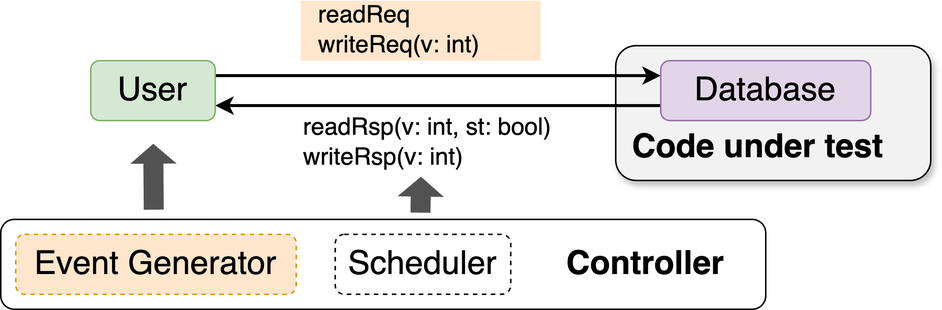
Above: figures/Controller-Database.drawio.png in zhezhouzz/PLDI25-HAT-Planing (draw.io), before the change. Source tidied: cells renumbered, new cells last; positions are measured from the earlier drawing's top-left corner, leaving out a move shared by most shapes.
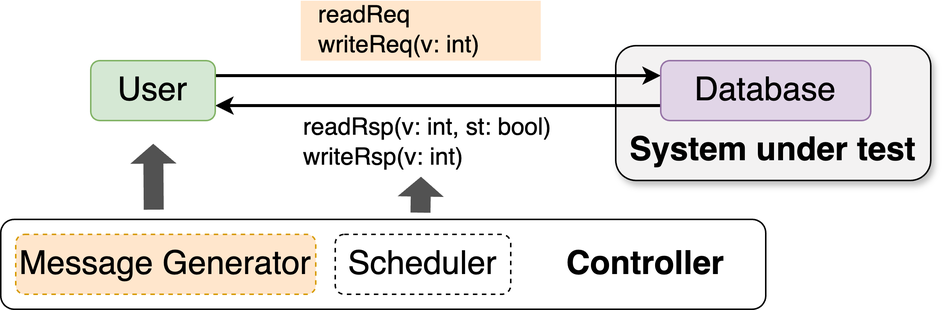
Above is the later version.

The edit, as a diff of the source:
```diff
@@ -20,8 +20,8 @@
     <mxCell id="7" value="&lt;font style=&quot;font-size: 16px;&quot;&gt;readRsp(v: int, st: bool)&lt;/font&gt;&lt;div style=&quot;font-size: 16px;&quot;&gt;&lt;font style=&quot;font-size: 16px;&quot;&gt;writeRsp(v: int&lt;/font&gt;&lt;span style=&quot;background-color: initial;&quot;&gt;)&lt;/span&gt;&lt;/div&gt;" style="text;html=1;align=left;verticalAlign=middle;whiteSpace=wrap;rounded=0;fontStyle=0;" parent="1" vertex="1">
       <mxGeometry x="200" y="76" width="190" height="37" as="geometry" />
     </mxCell>
-    <mxCell id="8" value="&lt;b style=&quot;&quot;&gt;&lt;font style=&quot;font-size: 22px;&quot;&gt;Code under test&lt;/font&gt;&lt;/b&gt;" style="text;html=1;align=center;verticalAlign=middle;whiteSpace=wrap;rounded=0;" parent="1" vertex="1">
-      <mxGeometry x="405" y="83" width="200" height="30" as="geometry" />
+    <mxCell id="8" value="&lt;b style=&quot;&quot;&gt;&lt;font style=&quot;font-size: 22px;&quot;&gt;System under test&lt;/font&gt;&lt;/b&gt;" style="text;html=1;align=center;verticalAlign=middle;whiteSpace=wrap;rounded=0;" parent="1" vertex="1">
+      <mxGeometry x="415" y="85" width="200" height="30" as="geometry" />
     </mxCell>
     <mxCell id="9" value="&lt;font style=&quot;font-size: 22px;&quot;&gt;User&lt;/font&gt;" style="rounded=1;whiteSpace=wrap;html=1;fillColor=#d5e8d4;strokeColor=#82b366;" parent="1" vertex="1">
       <mxGeometry x="60" y="40" width="83" height="40" as="geometry" />
@@ -44,8 +44,8 @@
     <mxCell id="14" value="&lt;font style=&quot;font-size: 16px;&quot;&gt;readReq&lt;/font&gt;&lt;div style=&quot;font-size: 16px;&quot;&gt;&lt;font style=&quot;font-size: 16px;&quot;&gt;writeReq(v: int)&lt;/font&gt;&lt;/div&gt;" style="text;html=1;align=left;verticalAlign=middle;whiteSpace=wrap;rounded=0;fontStyle=0;" parent="12" vertex="1">
       <mxGeometry x="10" y="5" width="120" height="30" as="geometry" />
     </mxCell>
-    <mxCell id="15" value="&lt;span style=&quot;font-size: 22px;&quot;&gt;Event&amp;nbsp;&lt;/span&gt;&lt;span style=&quot;font-size: 22px; background-color: initial;&quot;&gt;Generator&lt;/span&gt;" style="rounded=1;whiteSpace=wrap;html=1;dashed=1;fillColor=#ffe6cc;strokeColor=#d79b00;" parent="1" vertex="1">
-      <mxGeometry x="10" y="156" width="187" height="40" as="geometry" />
+    <mxCell id="15" value="&lt;span style=&quot;font-size: 22px;&quot;&gt;Message&amp;nbsp;&lt;/span&gt;&lt;span style=&quot;font-size: 22px; background-color: initial;&quot;&gt;Generator&lt;/span&gt;" style="rounded=1;whiteSpace=wrap;html=1;dashed=1;fillColor=#ffe6cc;strokeColor=#d79b00;" parent="1" vertex="1">
+      <mxGeometry x="10" y="156" width="200" height="40" as="geometry" />
     </mxCell>
     <mxCell id="16" value="&lt;b style=&quot;&quot;&gt;&lt;font style=&quot;font-size: 22px;&quot;&gt;Controller&lt;/font&gt;&lt;/b&gt;" style="text;html=1;align=center;verticalAlign=middle;whiteSpace=wrap;rounded=0;" parent="1" vertex="1">
       <mxGeometry x="330" y="161" width="200" height="30" as="geometry" />
```
